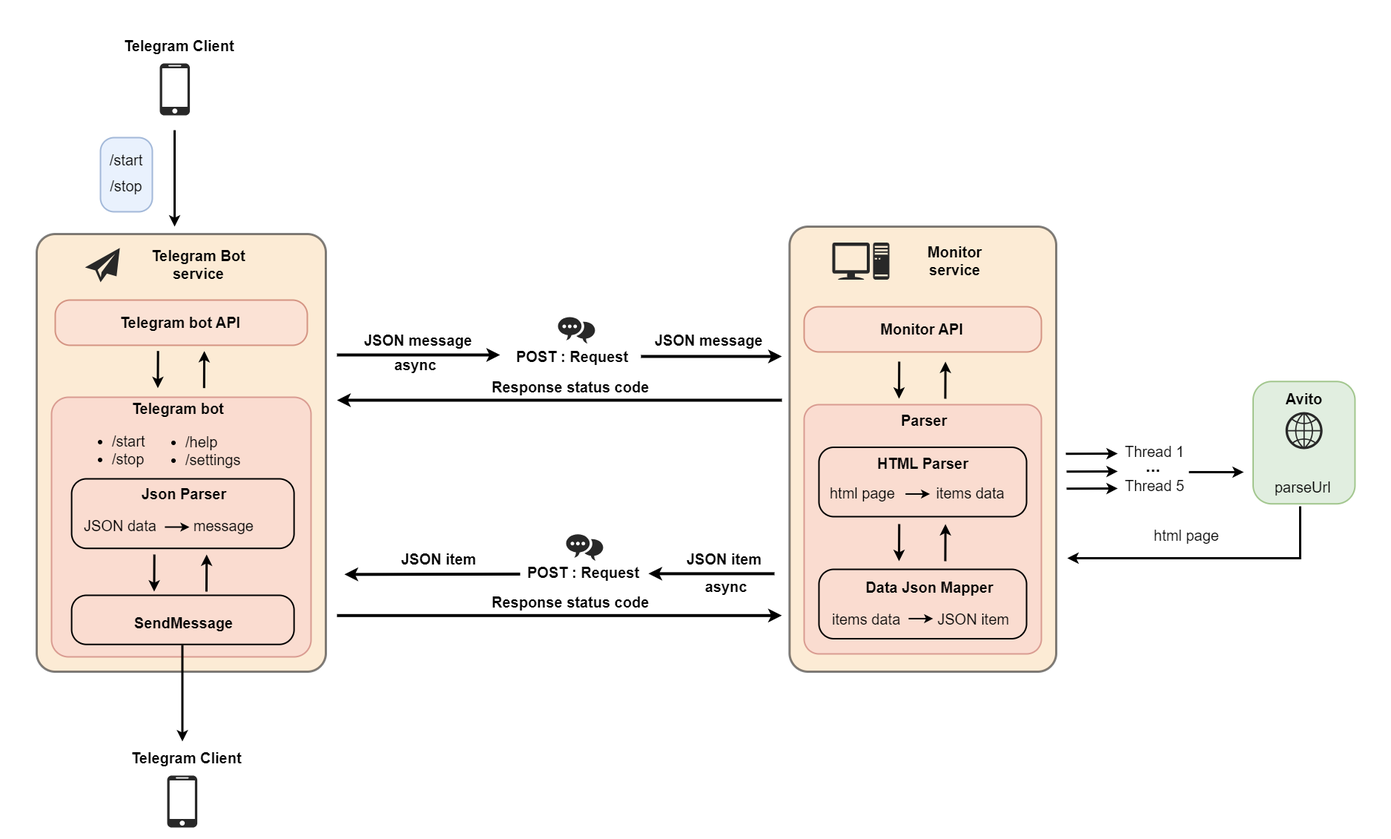
alexeyrand/ItemsMonitor keeps this draw.io diagram as images/schema.png. Above is the earlier version. Source tidied: cells renumbered, new cells last; positions are measured from the earlier drawing's top-left corner, leaving out a move shared by most shapes.
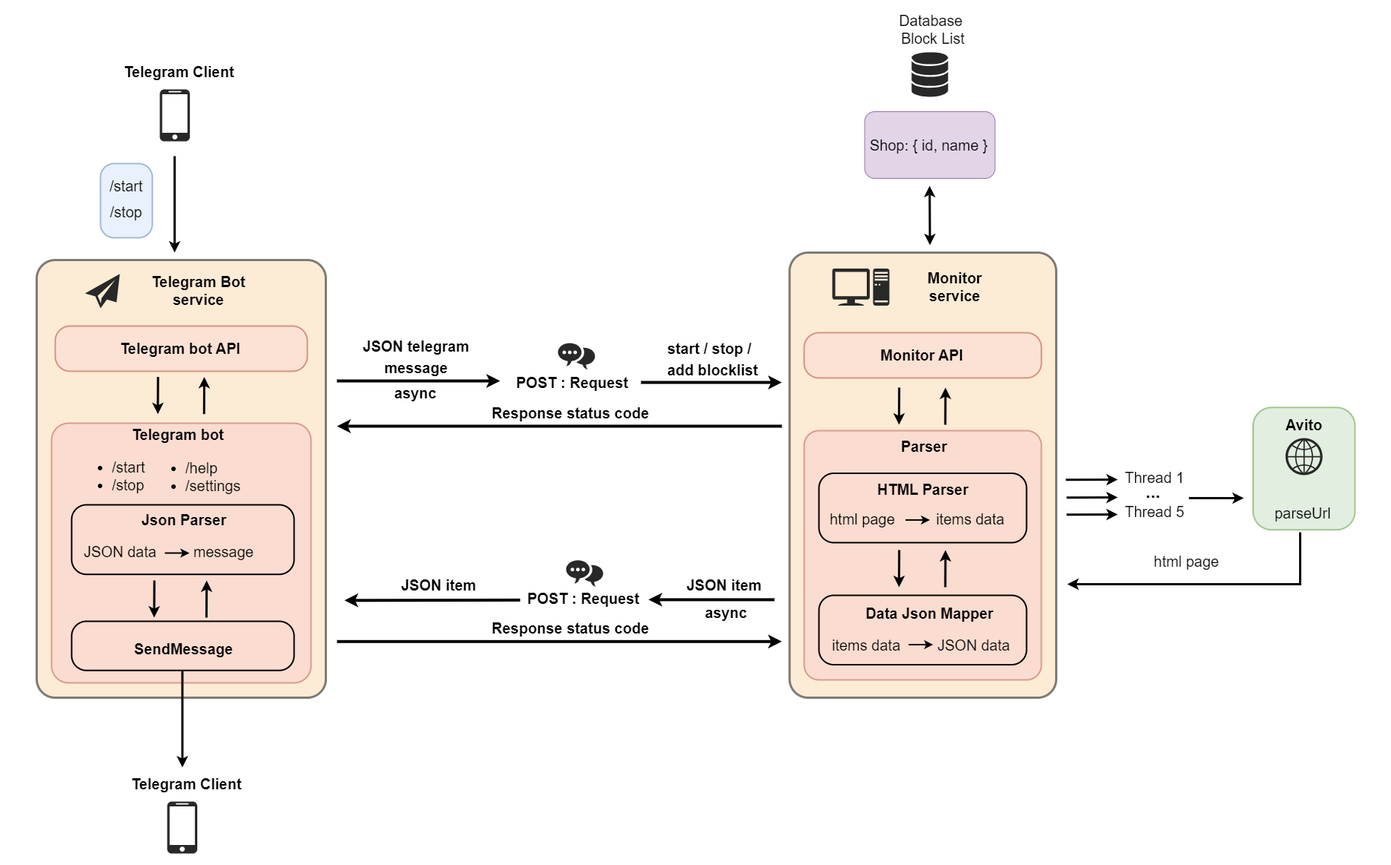
After the change.

What changed in the source:
```diff
@@ -105,7 +105,7 @@
       </mxGeometry>
     </mxCell>
     <mxCell id="28" value="&lt;span style=&quot;font-size: 20px;&quot;&gt;&lt;b&gt;async&lt;/b&gt;&lt;/span&gt;" style="text;html=1;strokeColor=none;fillColor=none;align=center;verticalAlign=middle;whiteSpace=wrap;rounded=0;" parent="1" vertex="1">
-      <mxGeometry x="500.1" y="457.6" width="90" height="37.5" as="geometry" />
+      <mxGeometry x="500.1" y="460.6" width="90" height="37.5" as="geometry" />
     </mxCell>
     <mxCell id="29" value="&lt;span style=&quot;color: rgb(0, 0, 0); font-family: Helvetica; font-size: 20px; font-style: normal; font-variant-ligatures: normal; font-variant-caps: normal; letter-spacing: normal; orphans: 2; text-align: left; text-indent: 0px; text-transform: none; widows: 2; word-spacing: 0px; -webkit-text-stroke-width: 0px; text-decoration-thickness: initial; text-decoration-style: initial; text-decoration-color: initial;&quot;&gt;&lt;b&gt;JSON item&lt;/b&gt;&lt;/span&gt;" style="text;whiteSpace=wrap;html=1;fontSize=50;" parent="1" vertex="1">
       <mxGeometry x="524" y="691.9" width="130" height="80" as="geometry" />
@@ -116,6 +116,9 @@
     <mxCell id="31" value="&lt;span style=&quot;color: rgb(0, 0, 0); font-family: Helvetica; font-size: 20px; font-style: normal; font-variant-ligatures: normal; font-variant-caps: normal; letter-spacing: normal; orphans: 2; text-align: center; text-indent: 0px; text-transform: none; widows: 2; word-spacing: 0px; -webkit-text-stroke-width: 0px; text-decoration-thickness: initial; text-decoration-style: initial; text-decoration-color: initial; float: none; display: inline !important;&quot;&gt;&lt;b style=&quot;&quot;&gt;Telegram Client&lt;/b&gt;&lt;/span&gt;" style="text;whiteSpace=wrap;html=1;fontSize=50;" parent="1" vertex="1">
       <mxGeometry x="160" y="960" width="210" height="60" as="geometry" />
     </mxCell>
+    <mxCell id="84" value="&lt;span style=&quot;color: rgb(0, 0, 0); font-family: Helvetica; font-size: 20px; font-style: normal; font-variant-ligatures: normal; font-variant-caps: normal; letter-spacing: normal; orphans: 2; text-align: center; text-indent: 0px; text-transform: none; widows: 2; word-spacing: 0px; -webkit-text-stroke-width: 0px; text-decoration-thickness: initial; text-decoration-style: initial; text-decoration-color: initial; float: none; display: inline !important;&quot;&gt;&lt;b style=&quot;&quot;&gt;start / stop / &lt;br&gt;add blocklist&lt;/b&gt;&lt;/span&gt;" style="text;whiteSpace=wrap;html=1;fontSize=24;" parent="1" vertex="1">
+      <mxGeometry x="883.2" y="398" width="260" height="50" as="geometry" />
+    </mxCell>
     <mxCell id="32" value="&lt;span style=&quot;color: rgb(0, 0, 0); font-family: Helvetica; font-size: 20px; font-style: normal; font-variant-ligatures: normal; font-variant-caps: normal; font-weight: 400; letter-spacing: normal; orphans: 2; text-align: left; text-indent: 0px; text-transform: none; widows: 2; word-spacing: 0px; -webkit-text-stroke-width: 0px; text-decoration-thickness: initial; text-decoration-style: initial; text-decoration-color: initial; float: none; display: inline !important;&quot;&gt;parseUrl&lt;/span&gt;" style="text;whiteSpace=wrap;html=1;fontSize=24;" parent="1" vertex="1">
       <mxGeometry x="1702" y="620" width="110" height="50" as="geometry" />
     </mxCell>
@@ -183,8 +186,8 @@
     <mxCell id="46" value="&lt;span style=&quot;color: rgb(0, 0, 0); font-family: Helvetica; font-size: 20px; font-style: normal; font-variant-ligatures: normal; font-variant-caps: normal; letter-spacing: normal; orphans: 2; text-align: left; text-indent: 0px; text-transform: none; widows: 2; word-spacing: 0px; -webkit-text-stroke-width: 0px; text-decoration-thickness: initial; text-decoration-style: initial; text-decoration-color: initial;&quot;&gt;&lt;b&gt;JSON item&lt;/b&gt;&lt;/span&gt;" style="text;whiteSpace=wrap;html=1;fontSize=50;" parent="1" vertex="1">
       <mxGeometry x="909" y="692" width="130" height="80" as="geometry" />
     </mxCell>
-    <mxCell id="47" value="&lt;div style=&quot;text-align: center;&quot;&gt;&lt;span style=&quot;font-size: 20px;&quot;&gt;&lt;b&gt;JSON message&lt;/b&gt;&lt;/span&gt;&lt;/div&gt;" style="text;whiteSpace=wrap;html=1;fontSize=24;" parent="1" vertex="1">
-      <mxGeometry x="474" y="421.6" width="180" height="50" as="geometry" />
+    <mxCell id="47" value="&lt;div style=&quot;text-align: center;&quot;&gt;&lt;span style=&quot;font-size: 20px;&quot;&gt;&lt;b&gt;JSON telegram message&lt;/b&gt;&lt;/span&gt;&lt;/div&gt;&lt;div style=&quot;text-align: center;&quot;&gt;&lt;br&gt;&lt;/div&gt;" style="text;whiteSpace=wrap;html=1;fontSize=24;" parent="1" vertex="1">
+      <mxGeometry x="455.1" y="394.5" width="180" height="50" as="geometry" />
     </mxCell>
     <mxCell id="48" style="endArrow=none;html=1;rounded=0;fontSize=20;strokeWidth=4;sketch=0;startArrow=classic;startFill=1;endFill=0;" parent="1" edge="1">
       <mxGeometry relative="1" as="geometry">
@@ -231,7 +234,7 @@
     <mxCell id="58" style="rounded=1;whiteSpace=wrap;html=1;absoluteArcSize=1;arcSize=40;strokeWidth=2;shadow=0;fontSize=50;fillColor=none;" parent="1" vertex="1">
       <mxGeometry x="1089" y="587.5" width="280" height="93.5" as="geometry" />
     </mxCell>
-    <mxCell id="59" value="&lt;span style=&quot;font-size: 20px;&quot;&gt;html page&amp;nbsp; &amp;nbsp; &amp;nbsp; &amp;nbsp; &amp;nbsp; items data&lt;br&gt;&lt;/span&gt;" style="text;html=1;strokeColor=none;fillColor=none;align=left;verticalAlign=middle;whiteSpace=wrap;rounded=0;" parent="1" vertex="1">
+    <mxCell id="59" value="&lt;span style=&quot;color: rgba(0, 0, 0, 0); font-family: monospace; font-size: 0px;&quot;&gt;%3CmxGraphModel%3E%3Croot%3E%3CmxCell%20id%3D%220%22%2F%3E%3CmxCell%20id%3D%221%22%20parent%3D%220%22%2F%3E%3CmxCell%20id%3D%222%22%20value%3D%22%22%20style%3D%22endArrow%3Dclassic%3Bhtml%3D1%3Brounded%3D0%3BfontSize%3D20%3BstrokeWidth%3D3%3B%22%20edge%3D%221%22%20parent%3D%221%22%3E%3CmxGeometry%20width%3D%2250%22%20height%3D%2250%22%20relative%3D%221%22%20as%3D%22geometry%22%3E%3CmxPoint%20x%3D%22-219%22%20y%3D%22-370%22%20as%3D%22sourcePoint%22%2F%3E%3CmxPoint%20x%3D%22-219%22%20y%3D%22-240%22%20as%3D%22targetPoint%22%2F%3E%3C%2FmxGeometry%3E%3C%2FmxCell%3E%3C%2Froot%3E%3C%2FmxGraphModel%3E&lt;/span&gt;&lt;span style=&quot;font-size: 20px;&quot;&gt;html page&amp;nbsp; &amp;nbsp; &amp;nbsp; &amp;nbsp; &amp;nbsp; items data&lt;br&gt;&lt;/span&gt;" style="text;html=1;strokeColor=none;fillColor=none;align=left;verticalAlign=middle;whiteSpace=wrap;rounded=0;" parent="1" vertex="1">
       <mxGeometry x="1102" y="616.1" width="255.1" height="65.6" as="geometry" />
     </mxCell>
     <mxCell id="60" style="endArrow=classic;html=1;rounded=0;fontSize=20;strokeWidth=2;" parent="1" edge="1">
@@ -252,7 +255,7 @@
         <mxPoint x="1243" y="818.5" as="targetPoint" />
       </mxGeometry>
     </mxCell>
-    <mxCell id="64" value="&lt;span style=&quot;font-size: 20px;&quot;&gt;items data&lt;/span&gt;&lt;span style=&quot;font-size: 20px;&quot;&gt;&amp;nbsp; &amp;nbsp; &amp;nbsp; &amp;nbsp; &amp;nbsp;JSON item&lt;br&gt;&lt;/span&gt;" style="text;html=1;strokeColor=none;fillColor=none;align=left;verticalAlign=middle;whiteSpace=wrap;rounded=0;" parent="1" vertex="1">
+    <mxCell id="64" value="&lt;span style=&quot;font-size: 20px;&quot;&gt;items data&lt;/span&gt;&lt;span style=&quot;font-size: 20px;&quot;&gt;&amp;nbsp; &amp;nbsp; &amp;nbsp; &amp;nbsp; &amp;nbsp;JSON data&lt;br&gt;&lt;/span&gt;" style="text;html=1;strokeColor=none;fillColor=none;align=left;verticalAlign=middle;whiteSpace=wrap;rounded=0;" parent="1" vertex="1">
       <mxGeometry x="1104.9" y="786" width="340.9" height="65.6" as="geometry" />
     </mxCell>
     <mxCell id="65" value="&lt;span style=&quot;font-size: 20px;&quot;&gt;&lt;b&gt;Data Json Mapper&lt;/b&gt;&lt;/span&gt;" style="text;html=1;strokeColor=none;fillColor=none;align=center;verticalAlign=middle;whiteSpace=wrap;rounded=0;" parent="1" vertex="1">
@@ -321,8 +324,23 @@
     <mxCell id="82" value="&lt;span style=&quot;font-size: 20px;&quot;&gt;&lt;b&gt;Monitor API&lt;/b&gt;&lt;/span&gt;" style="text;html=1;strokeColor=none;fillColor=none;align=center;verticalAlign=middle;whiteSpace=wrap;rounded=0;" parent="80" vertex="1">
       <mxGeometry x="50.3" y="6.4" width="218.1" height="48.1" as="geometry" />
     </mxCell>
-    <mxCell id="83" value="&lt;div style=&quot;text-align: center;&quot;&gt;&lt;span style=&quot;font-size: 20px;&quot;&gt;&lt;b&gt;JSON message&lt;/b&gt;&lt;/span&gt;&lt;/div&gt;" style="text;whiteSpace=wrap;html=1;fontSize=24;" parent="1" vertex="1">
-      <mxGeometry x="866.4" y="421.6" width="180" height="50" as="geometry" />
-    </mxCell>
+    <mxCell id="85" style="rounded=1;whiteSpace=wrap;html=1;fillColor=#e1d5e7;strokeColor=#9673a6;" parent="1" vertex="1">
+      <mxGeometry x="1150.6" y="100" width="175.8" height="90" as="geometry" />
+    </mxCell>
+    <mxCell id="86" style="verticalLabelPosition=bottom;sketch=0;html=1;fillColor=#282828;strokeColor=none;verticalAlign=top;align=center;shape=mxgraph.cisco_safe.iot_things_icons.icon7;" parent="1" vertex="1">
+      <mxGeometry x="1214" y="20" width="49.2" height="60" as="geometry" />
+    </mxCell>
+    <mxCell id="87" value="&lt;span style=&quot;font-size: 20px;&quot;&gt;Database&amp;nbsp;&lt;br&gt;Block List&lt;br&gt;&lt;/span&gt;" style="text;html=1;strokeColor=none;fillColor=none;align=center;verticalAlign=middle;whiteSpace=wrap;rounded=0;" parent="1" vertex="1">
+      <mxGeometry x="1198.3" y="-30" width="90" height="37.5" as="geometry" />
+    </mxCell>
+    <mxCell id="88" style="endArrow=classic;html=1;rounded=0;fontSize=20;strokeWidth=3;startArrow=classic;startFill=1;endFill=1;" parent="1" edge="1">
+      <mxGeometry relative="1" as="geometry">
+        <mxPoint x="1238.3" y="200" as="sourcePoint" />
+        <mxPoint x="1238.7" y="280" as="targetPoint" />
+      </mxGeometry>
+    </mxCell>
+    <mxCell id="89" value="&lt;span style=&quot;color: rgba(0, 0, 0, 0); font-family: monospace; font-size: 0px;&quot;&gt;%3CmxGraphModel%3E%3Croot%3E%3CmxCell%20id%3D%220%22%2F%3E%3CmxCell%20id%3D%221%22%20parent%3D%220%22%2F%3E%3CmxCell%20id%3D%222%22%20value%3D%22%22%20style%3D%22endArrow%3Dclassic%3Bhtml%3D1%3Brounded%3D0%3BfontSize%3D20%3BstrokeWidth%3D3%3B%22%20edge%3D%221%22%20parent%3D%221%22%3E%3CmxGeometry%20width%3D%2250%22%20height%3D%2250%22%20relative%3D%221%22%20as%3D%22geometry%22%3E%3CmxPoint%20x%3D%22-219%22%20y%3D%22-370%22%20as%3D%22sourcePoint%22%2F%3E%3CmxPoint%20x%3D%22-219%22%20y%3D%22-240%22%20as%3D%22targetPoint%22%2F%3E%3C%2FmxGeometry%3E%3C%2FmxCell%3E%3C%2Froot%3E%3C%2FmxGraphModel%3E&lt;/span&gt;&lt;span style=&quot;font-size: 20px;&quot;&gt;Shop: { id, name }&lt;br&gt;&lt;/span&gt;" style="text;html=1;strokeColor=none;fillColor=none;align=left;verticalAlign=middle;whiteSpace=wrap;rounded=0;" parent="1" vertex="1">
+      <mxGeometry x="1156" y="112.2" width="255.1" height="65.6" as="geometry" />
+    </mxCell>
   </root>
 </mxGraphModel>
```
